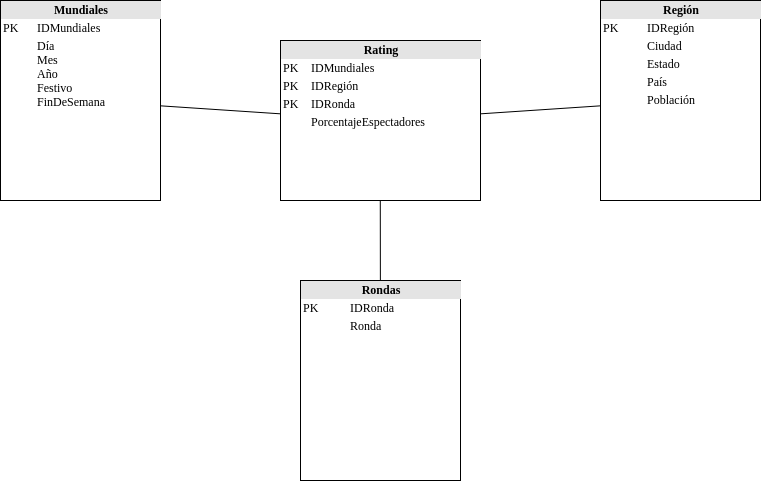
This is WIP/PF-Manejadores/EsquemaEstrella.png from AndresReyesE/7.-Sexto-semestre, a draw.io export, as it was before one commit. Source tidied: cells renumbered, new cells last; positions are measured from the earlier drawing's top-left corner, leaving out a move shared by most shapes.
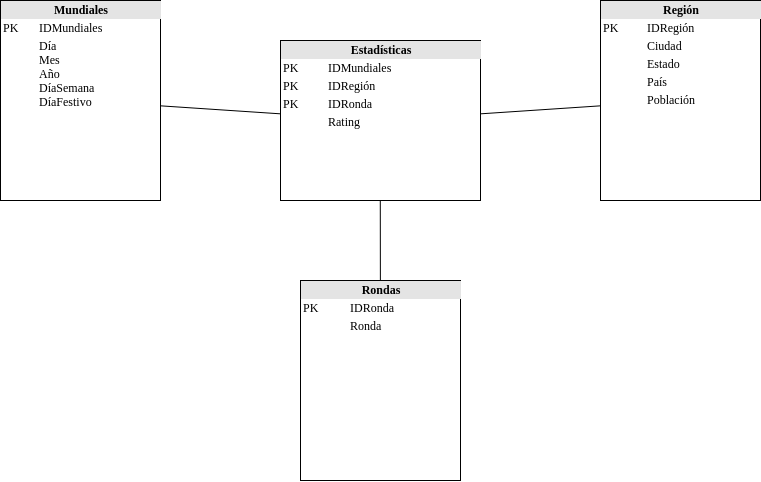
Above is the later version.

What changed in the source:
```diff
@@ -2,13 +2,13 @@
   <root>
     <mxCell id="0" />
     <mxCell id="1" parent="0" />
-    <mxCell id="2" value="&lt;div style=&quot;text-align: center ; box-sizing: border-box ; width: 100% ; background: rgb(228 , 228 , 228) ; padding: 2px&quot;&gt;&lt;b&gt;Mundiales&lt;/b&gt;&lt;/div&gt;&lt;table style=&quot;width: 100% ; font-size: 1em&quot; cellpadding=&quot;2&quot; cellspacing=&quot;0&quot;&gt;&lt;tbody&gt;&lt;tr&gt;&lt;td&gt;PK&lt;/td&gt;&lt;td&gt;IDMundiales&lt;/td&gt;&lt;/tr&gt;&lt;tr&gt;&lt;td&gt;&lt;br&gt;&lt;/td&gt;&lt;td&gt;Día&lt;br&gt;Mes&lt;br&gt;Año&lt;br&gt;Festivo&lt;br&gt;FinDeSemana&lt;/td&gt;&lt;/tr&gt;&lt;tr&gt;&lt;td&gt;&lt;br&gt;&lt;/td&gt;&lt;td&gt;&lt;/td&gt;&lt;/tr&gt;&lt;tr&gt;&lt;td&gt;&lt;br&gt;&lt;/td&gt;&lt;td&gt;&lt;br&gt;&lt;/td&gt;&lt;/tr&gt;&lt;/tbody&gt;&lt;/table&gt;" style="verticalAlign=top;align=left;overflow=fill;html=1;rounded=0;shadow=0;comic=0;labelBackgroundColor=none;strokeColor=#000000;strokeWidth=1;fillColor=#ffffff;fontFamily=Verdana;fontSize=12;fontColor=#000000;" parent="1" vertex="1">
+    <mxCell id="2" value="&lt;div style=&quot;text-align: center ; box-sizing: border-box ; width: 100% ; background: rgb(228 , 228 , 228) ; padding: 2px&quot;&gt;&lt;b&gt;Mundiales&lt;/b&gt;&lt;/div&gt;&lt;table style=&quot;width: 100% ; font-size: 1em&quot; cellpadding=&quot;2&quot; cellspacing=&quot;0&quot;&gt;&lt;tbody&gt;&lt;tr&gt;&lt;td&gt;PK&lt;/td&gt;&lt;td&gt;IDMundiales&lt;/td&gt;&lt;/tr&gt;&lt;tr&gt;&lt;td&gt;&lt;br&gt;&lt;/td&gt;&lt;td&gt;Día&lt;br&gt;Mes&lt;br&gt;Año&lt;br&gt;DíaSemana&lt;br&gt;DíaFestivo&lt;/td&gt;&lt;/tr&gt;&lt;tr&gt;&lt;td&gt;&lt;br&gt;&lt;/td&gt;&lt;td&gt;&lt;/td&gt;&lt;/tr&gt;&lt;tr&gt;&lt;td&gt;&lt;br&gt;&lt;/td&gt;&lt;td&gt;&lt;br&gt;&lt;/td&gt;&lt;/tr&gt;&lt;/tbody&gt;&lt;/table&gt;" style="verticalAlign=top;align=left;overflow=fill;html=1;rounded=0;shadow=0;comic=0;labelBackgroundColor=none;strokeColor=#000000;strokeWidth=1;fillColor=#ffffff;fontFamily=Verdana;fontSize=12;fontColor=#000000;" parent="1" vertex="1">
       <mxGeometry width="160" height="200" as="geometry" />
     </mxCell>
     <mxCell id="3" value="&lt;div style=&quot;text-align: center ; box-sizing: border-box ; width: 100% ; background: rgb(228 , 228 , 228) ; padding: 2px&quot;&gt;&lt;b&gt;Rondas&lt;/b&gt;&lt;/div&gt;&lt;table style=&quot;width: 100% ; font-size: 1em&quot; cellpadding=&quot;2&quot; cellspacing=&quot;0&quot;&gt;&lt;tbody&gt;&lt;tr&gt;&lt;td&gt;PK&lt;/td&gt;&lt;td&gt;IDRonda&lt;/td&gt;&lt;/tr&gt;&lt;tr&gt;&lt;td&gt;&lt;br&gt;&lt;/td&gt;&lt;td&gt;Ronda&lt;/td&gt;&lt;/tr&gt;&lt;tr&gt;&lt;td&gt;&lt;/td&gt;&lt;td&gt;&lt;br&gt;&lt;/td&gt;&lt;/tr&gt;&lt;tr&gt;&lt;td&gt;&lt;br&gt;&lt;/td&gt;&lt;td&gt;&lt;br&gt;&lt;/td&gt;&lt;/tr&gt;&lt;tr&gt;&lt;td&gt;&lt;br&gt;&lt;/td&gt;&lt;td&gt;&lt;br&gt;&lt;/td&gt;&lt;/tr&gt;&lt;/tbody&gt;&lt;/table&gt;" style="verticalAlign=top;align=left;overflow=fill;html=1;rounded=0;shadow=0;comic=0;labelBackgroundColor=none;strokeColor=#000000;strokeWidth=1;fillColor=#ffffff;fontFamily=Verdana;fontSize=12;fontColor=#000000;" parent="1" vertex="1">
       <mxGeometry x="300" y="280" width="160" height="200" as="geometry" />
     </mxCell>
-    <mxCell id="4" value="&lt;div style=&quot;text-align: center ; box-sizing: border-box ; width: 100% ; background: rgb(228 , 228 , 228) ; padding: 2px&quot;&gt;&lt;b&gt;Rating&lt;/b&gt;&lt;/div&gt;&lt;table style=&quot;width: 100% ; font-size: 1em&quot; cellpadding=&quot;2&quot; cellspacing=&quot;0&quot;&gt;&lt;tbody&gt;&lt;tr&gt;&lt;td&gt;PK&lt;/td&gt;&lt;td&gt;IDMundiales&lt;/td&gt;&lt;/tr&gt;&lt;tr&gt;&lt;td&gt;PK&lt;/td&gt;&lt;td&gt;IDRegión&lt;/td&gt;&lt;/tr&gt;&lt;tr&gt;&lt;td&gt;PK&lt;/td&gt;&lt;td&gt;IDRonda&lt;/td&gt;&lt;/tr&gt;&lt;tr&gt;&lt;td&gt;&lt;br&gt;&lt;/td&gt;&lt;td&gt;PorcentajeEspectadores&lt;/td&gt;&lt;/tr&gt;&lt;/tbody&gt;&lt;/table&gt;" style="verticalAlign=top;align=left;overflow=fill;html=1;rounded=0;shadow=0;comic=0;labelBackgroundColor=none;strokeColor=#000000;strokeWidth=1;fillColor=#ffffff;fontFamily=Verdana;fontSize=12;fontColor=#000000;" parent="1" vertex="1">
+    <mxCell id="4" value="&lt;div style=&quot;text-align: center ; box-sizing: border-box ; width: 100% ; background: rgb(228 , 228 , 228) ; padding: 2px&quot;&gt;&lt;b&gt;Estadísticas&lt;/b&gt;&lt;/div&gt;&lt;table style=&quot;width: 100% ; font-size: 1em&quot; cellpadding=&quot;2&quot; cellspacing=&quot;0&quot;&gt;&lt;tbody&gt;&lt;tr&gt;&lt;td&gt;PK&lt;/td&gt;&lt;td&gt;IDMundiales&lt;/td&gt;&lt;/tr&gt;&lt;tr&gt;&lt;td&gt;PK&lt;/td&gt;&lt;td&gt;IDRegión&lt;/td&gt;&lt;/tr&gt;&lt;tr&gt;&lt;td&gt;PK&lt;/td&gt;&lt;td&gt;IDRonda&lt;/td&gt;&lt;/tr&gt;&lt;tr&gt;&lt;td&gt;&lt;br&gt;&lt;/td&gt;&lt;td&gt;Rating&lt;/td&gt;&lt;/tr&gt;&lt;tr&gt;&lt;td&gt;&lt;br&gt;&lt;/td&gt;&lt;td&gt;&lt;br&gt;&lt;/td&gt;&lt;/tr&gt;&lt;/tbody&gt;&lt;/table&gt;" style="verticalAlign=top;align=left;overflow=fill;html=1;rounded=0;shadow=0;comic=0;labelBackgroundColor=none;strokeColor=#000000;strokeWidth=1;fillColor=#ffffff;fontFamily=Verdana;fontSize=12;fontColor=#000000;" parent="1" vertex="1">
       <mxGeometry x="280" y="40" width="200" height="160" as="geometry" />
     </mxCell>
     <mxCell id="5" value="&lt;div style=&quot;text-align: center ; box-sizing: border-box ; width: 100% ; background: rgb(228 , 228 , 228) ; padding: 2px&quot;&gt;&lt;b&gt;Región&lt;/b&gt;&lt;/div&gt;&lt;table style=&quot;width: 100% ; font-size: 1em&quot; cellpadding=&quot;2&quot; cellspacing=&quot;0&quot;&gt;&lt;tbody&gt;&lt;tr&gt;&lt;td&gt;PK&lt;/td&gt;&lt;td&gt;IDRegión&lt;/td&gt;&lt;/tr&gt;&lt;tr&gt;&lt;td&gt;&lt;br&gt;&lt;/td&gt;&lt;td&gt;Ciudad&lt;/td&gt;&lt;/tr&gt;&lt;tr&gt;&lt;td&gt;&lt;/td&gt;&lt;td&gt;Estado&lt;/td&gt;&lt;/tr&gt;&lt;tr&gt;&lt;td&gt;&lt;br&gt;&lt;/td&gt;&lt;td&gt;País&lt;br&gt;&lt;/td&gt;&lt;/tr&gt;&lt;tr&gt;&lt;td&gt;&lt;br&gt;&lt;/td&gt;&lt;td&gt;Población&lt;/td&gt;&lt;/tr&gt;&lt;tr&gt;&lt;td&gt;&lt;br&gt;&lt;/td&gt;&lt;td&gt;&lt;br&gt;&lt;/td&gt;&lt;/tr&gt;&lt;tr&gt;&lt;td&gt;&lt;br&gt;&lt;/td&gt;&lt;td&gt;&lt;/td&gt;&lt;/tr&gt;&lt;/tbody&gt;&lt;/table&gt;" style="verticalAlign=top;align=left;overflow=fill;html=1;rounded=0;shadow=0;comic=0;labelBackgroundColor=none;strokeColor=#000000;strokeWidth=1;fillColor=#ffffff;fontFamily=Verdana;fontSize=12;fontColor=#000000;" parent="1" vertex="1">
```
